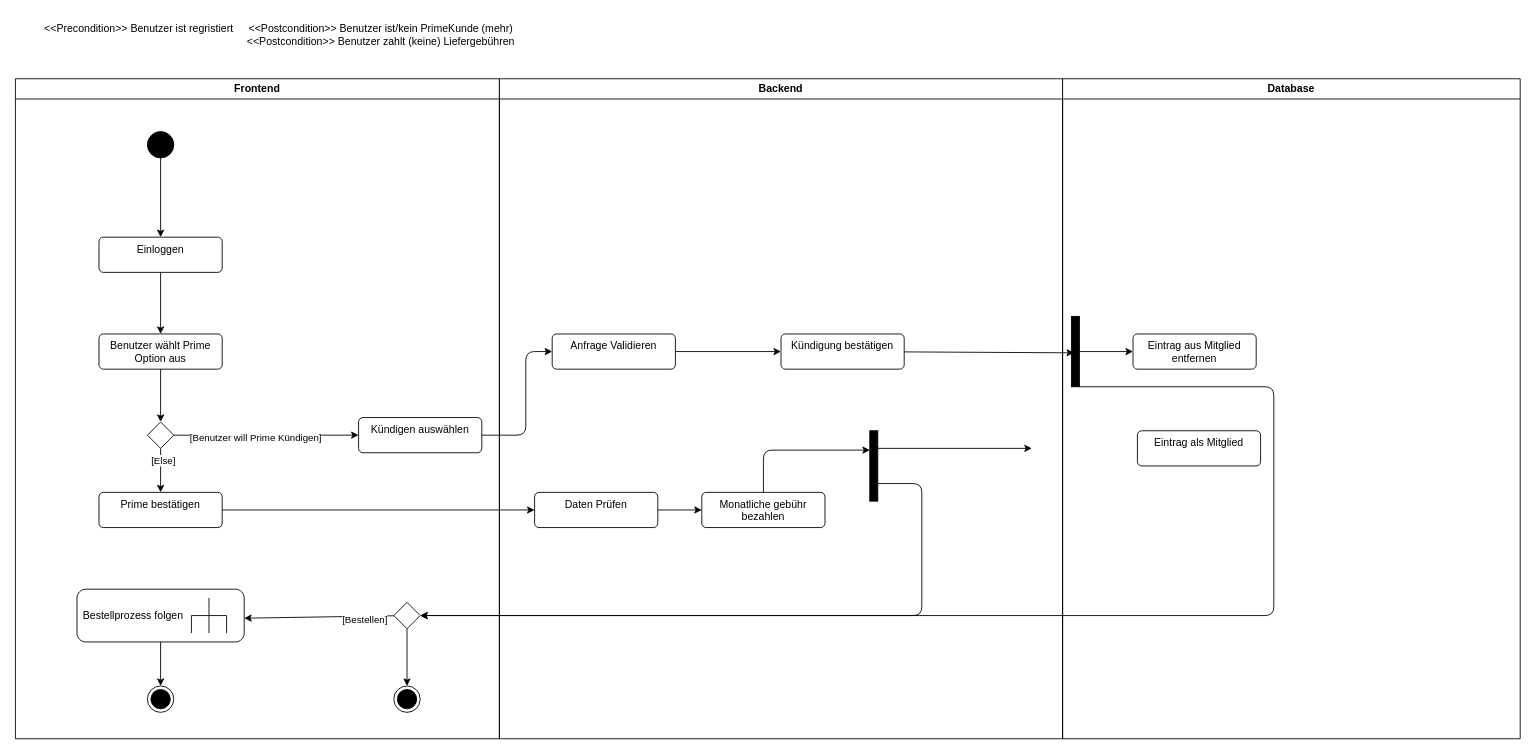
Above: 1.2.2 - Prime_aktivieren_und_Bestellen.drawio in T-A-Winter/IMSE (draw.io), before the change. Source tidied: cells renumbered, new cells numbered last; positions are measured from the earlier drawing's top-left corner, leaving out a move shared by most shapes. Both pictures are drawn from the tidied source at 88%, with x=0, y=0 at pixel (15, 15).
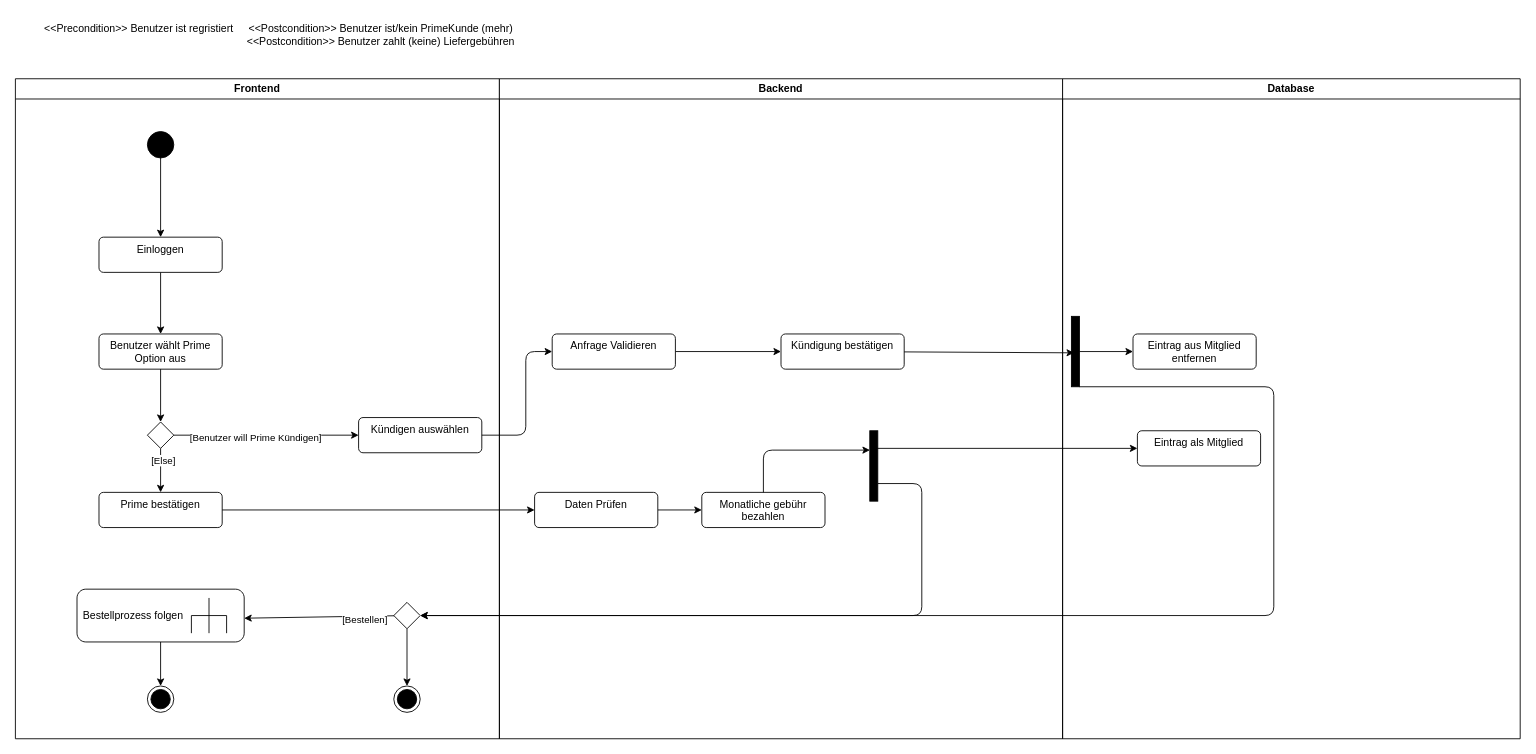
After the change.

Unchanged cells that the change refers to:
```xml
<mxCell id="25" value="Backend" style="swimlane;whiteSpace=wrap;html=1;" parent="1" vertex="1">
  <mxGeometry x="550" y="72" width="640" height="750" as="geometry" />
</mxCell>
<mxCell id="41" value="Eintrag als Mitglied" style="html=1;align=center;verticalAlign=top;rounded=1;absoluteArcSize=1;arcSize=10;dashed=0;whiteSpace=wrap;" parent="40" vertex="1">
  <mxGeometry x="85" y="400" width="140" height="40" as="geometry" />
</mxCell>
```

Diff of the diagram source:
```diff
@@
-    <mxCell id="27" style="edgeStyle=none;html=1;" parent="25" edge="1">
+    <mxCell id="27" style="edgeStyle=none;html=1;entryX=0;entryY=0.5;entryDx=0;entryDy=0;" parent="25" edge="1" target="41">
       <mxGeometry relative="1" as="geometry">
         <mxPoint x="425.9" y="420" as="sourcePoint" />
-        <mxPoint x="605" y="420" as="targetPoint" />
       </mxGeometry>
     </mxCell>
```
